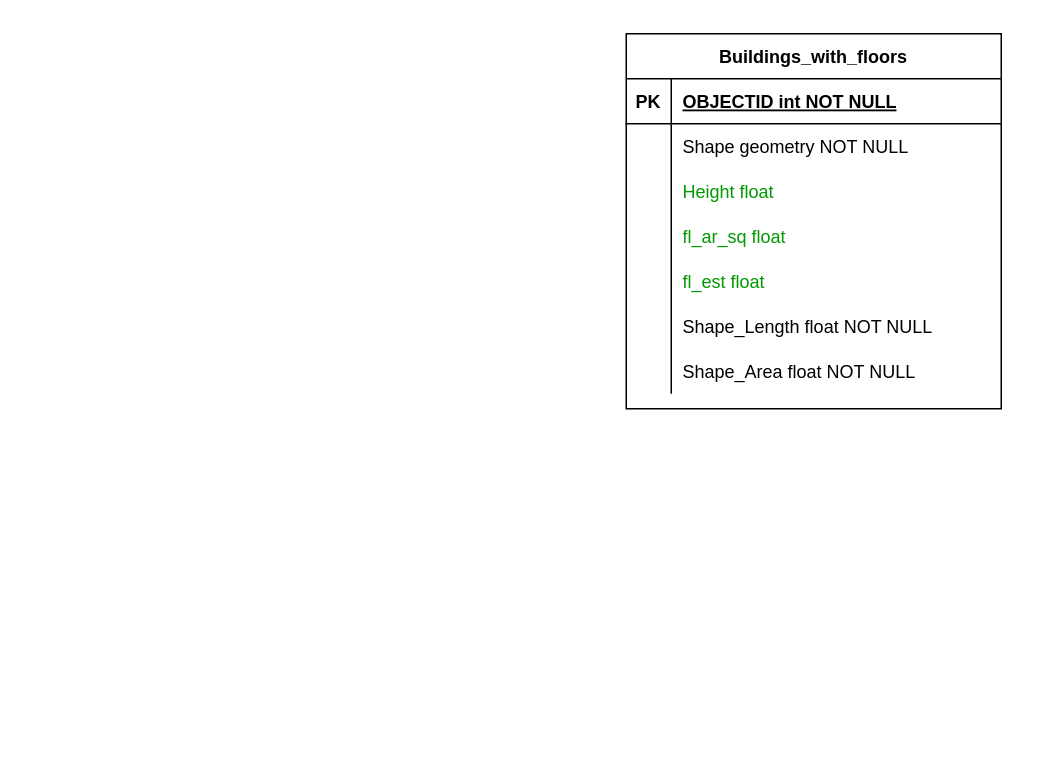
This is page "buildings_with_floors" (2 of 9) of Untitled Diagram.drawio from renaissanceplanning/LCBRT_TOD, a draw.io file, before an edit. Source tidied: cells renumbered, new cells numbered last; positions are measured from the earlier drawing's top-left corner, leaving out a move shared by most shapes. Both pictures are drawn from the tidied source at 150%, with x=0, y=0 at pixel (626, 33).
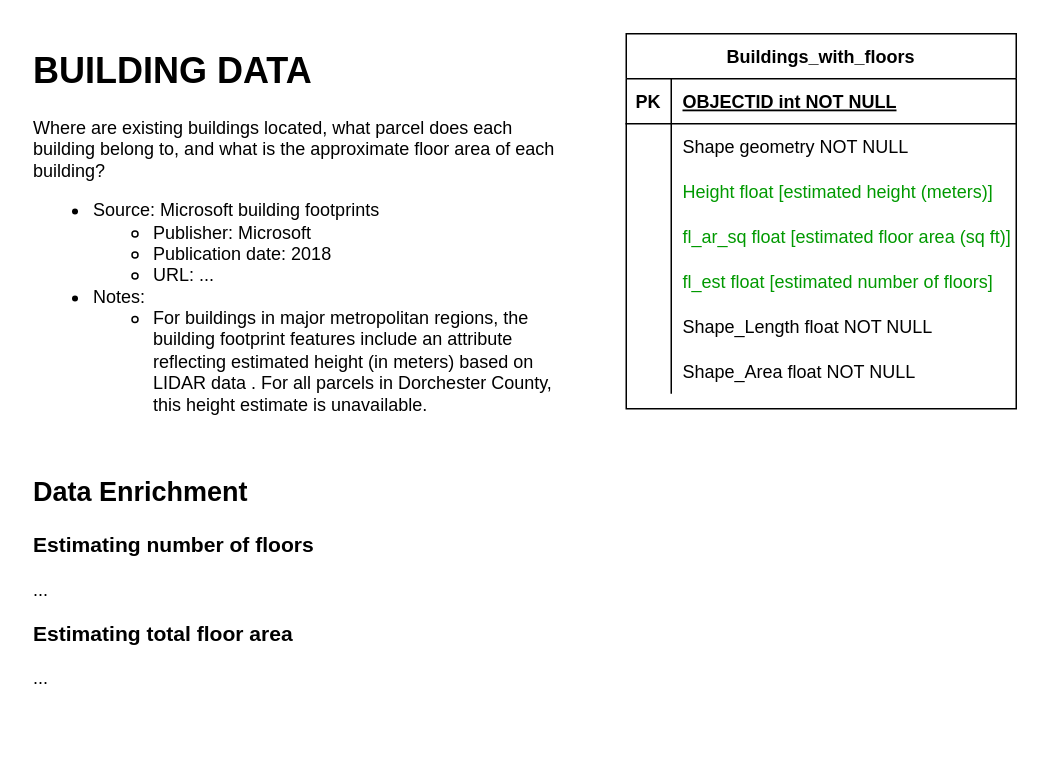
The same page after the edit.

Commit message:
Source and enrichment example

Change to the diagram source:
```diff
@@
     <mxCell id="2" value="Buildings_with_floors" style="shape=table;startSize=30;childLayout=tableLayout;rowLines=0;fontStyle=1;align=center;" parent="1" vertex="1">
-      <mxGeometry width="250" height="250" as="geometry" />
+      <mxGeometry width="260" height="250" as="geometry" />
     </mxCell>
     <mxCell id="3" style="shape=partialRectangle;fillColor=none;top=0;left=0;right=0;bottom=1;" parent="2" vertex="1">
-      <mxGeometry y="30" width="250" height="30" as="geometry" />
+      <mxGeometry y="30" width="260" height="30" as="geometry" />
     </mxCell>
@@
     <mxCell id="5" value="OBJECTID int NOT NULL " style="shape=partialRectangle;overflow=hidden;fillColor=none;top=0;left=0;bottom=0;right=0;align=left;spacingLeft=6;fontStyle=5;" parent="3" vertex="1">
-      <mxGeometry x="30" width="220" height="30" as="geometry" />
+      <mxGeometry x="30" width="230" height="30" as="geometry" />
     </mxCell>
     <mxCell id="6" style="shape=partialRectangle;fillColor=none;top=0;left=0;right=0;bottom=0;" parent="2" vertex="1">
-      <mxGeometry y="60" width="250" height="30" as="geometry" />
+      <mxGeometry y="60" width="260" height="30" as="geometry" />
     </mxCell>
@@
     <mxCell id="8" value="Shape geometry NOT NULL" style="shape=partialRectangle;overflow=hidden;fillColor=none;top=0;left=0;bottom=0;right=0;align=left;spacingLeft=6;" parent="6" vertex="1">
-      <mxGeometry x="30" width="220" height="30" as="geometry" />
+      <mxGeometry x="30" width="230" height="30" as="geometry" />
     </mxCell>
     <mxCell id="9" style="shape=partialRectangle;fillColor=none;top=0;left=0;right=0;bottom=0;" parent="2" vertex="1">
-      <mxGeometry y="90" width="250" height="30" as="geometry" />
+      <mxGeometry y="90" width="260" height="30" as="geometry" />
     </mxCell>
@@
-    <mxCell id="11" value="Height float" style="shape=partialRectangle;overflow=hidden;fillColor=none;top=0;left=0;bottom=0;right=0;align=left;spacingLeft=6;fontColor=#009900;" parent="9" vertex="1">
-      <mxGeometry x="30" width="220" height="30" as="geometry" />
+    <mxCell id="11" value="Height float [estimated height (meters)]" style="shape=partialRectangle;overflow=hidden;fillColor=none;top=0;left=0;bottom=0;right=0;align=left;spacingLeft=6;fontColor=#009900;" parent="9" vertex="1">
+      <mxGeometry x="30" width="230" height="30" as="geometry" />
     </mxCell>
     <mxCell id="12" style="shape=partialRectangle;fillColor=none;top=0;left=0;right=0;bottom=0;" parent="2" vertex="1">
-      <mxGeometry y="120" width="250" height="30" as="geometry" />
+      <mxGeometry y="120" width="260" height="30" as="geometry" />
     </mxCell>
@@
-    <mxCell id="14" value="fl_ar_sq float" style="shape=partialRectangle;overflow=hidden;fillColor=none;top=0;left=0;bottom=0;right=0;align=left;spacingLeft=6;fontColor=#009900;" parent="12" vertex="1">
-      <mxGeometry x="30" width="220" height="30" as="geometry" />
+    <mxCell id="14" value="fl_ar_sq float [estimated floor area (sq ft)]" style="shape=partialRectangle;overflow=hidden;fillColor=none;top=0;left=0;bottom=0;right=0;align=left;spacingLeft=6;fontColor=#009900;" parent="12" vertex="1">
+      <mxGeometry x="30" width="230" height="30" as="geometry" />
     </mxCell>
     <mxCell id="15" style="shape=partialRectangle;fillColor=none;top=0;left=0;right=0;bottom=0;" parent="2" vertex="1">
-      <mxGeometry y="150" width="250" height="30" as="geometry" />
+      <mxGeometry y="150" width="260" height="30" as="geometry" />
     </mxCell>
@@
-    <mxCell id="17" value="fl_est float" style="shape=partialRectangle;overflow=hidden;fillColor=none;top=0;left=0;bottom=0;right=0;align=left;spacingLeft=6;fontColor=#009900;" parent="15" vertex="1">
-      <mxGeometry x="30" width="220" height="30" as="geometry" />
+    <mxCell id="17" value="fl_est float [estimated number of floors]" style="shape=partialRectangle;overflow=hidden;fillColor=none;top=0;left=0;bottom=0;right=0;align=left;spacingLeft=6;fontColor=#009900;" parent="15" vertex="1">
+      <mxGeometry x="30" width="230" height="30" as="geometry" />
     </mxCell>
     <mxCell id="18" style="shape=partialRectangle;fillColor=none;top=0;left=0;right=0;bottom=0;" parent="2" vertex="1">
-      <mxGeometry y="180" width="250" height="30" as="geometry" />
+      <mxGeometry y="180" width="260" height="30" as="geometry" />
     </mxCell>
@@
     <mxCell id="20" value="Shape_Length float NOT NULL" style="shape=partialRectangle;overflow=hidden;fillColor=none;top=0;left=0;bottom=0;right=0;align=left;spacingLeft=6;" parent="18" vertex="1">
-      <mxGeometry x="30" width="220" height="30" as="geometry" />
+      <mxGeometry x="30" width="230" height="30" as="geometry" />
     </mxCell>
     <mxCell id="21" style="shape=partialRectangle;fillColor=none;top=0;left=0;right=0;bottom=0;" parent="2" vertex="1">
-      <mxGeometry y="210" width="250" height="30" as="geometry" />
+      <mxGeometry y="210" width="260" height="30" as="geometry" />
     </mxCell>
@@
     <mxCell id="23" value="Shape_Area float NOT NULL" style="shape=partialRectangle;overflow=hidden;fillColor=none;top=0;left=0;bottom=0;right=0;align=left;spacingLeft=6;" parent="21" vertex="1">
-      <mxGeometry x="30" width="220" height="30" as="geometry" />
+      <mxGeometry x="30" width="230" height="30" as="geometry" />
     </mxCell>
+    <mxCell id="24" value="&lt;h1&gt;BUILDING DATA&lt;br&gt;&lt;/h1&gt;&lt;p&gt;Where are existing buildings located, what parcel does each building belong to, and what is the approximate floor area of each building?&lt;/p&gt;&lt;ul&gt;&lt;li&gt;Source: Microsoft building footprints&lt;/li&gt;&lt;ul&gt;&lt;li&gt;Publisher: Microsoft&lt;/li&gt;&lt;li&gt;Publication date: 2018&lt;/li&gt;&lt;li&gt;URL: ...&lt;/li&gt;&lt;/ul&gt;&lt;li&gt;Notes:&lt;/li&gt;&lt;ul&gt;&lt;li&gt;For buildings in major metropolitan regions, the building footprint features include an attribute reflecting estimated height (in meters) based on LIDAR data . For all parcels in Dorchester County, this height estimate is unavailable.&lt;/li&gt;&lt;/ul&gt;&lt;/ul&gt;&lt;div&gt;&lt;br&gt;&lt;/div&gt;&lt;div&gt;&lt;h2&gt;Data Enrichment&lt;/h2&gt;&lt;h3&gt;Estimating number of floors&lt;/h3&gt;&lt;div&gt;...&lt;br&gt;&lt;/div&gt;&lt;div&gt;&lt;h3&gt;Estimating total floor area&lt;/h3&gt;&lt;div&gt;...&lt;br&gt;&lt;/div&gt;&lt;/div&gt;&lt;/div&gt;" style="text;html=1;strokeColor=none;fillColor=none;spacing=5;spacingTop=-20;whiteSpace=wrap;overflow=hidden;rounded=0;labelBackgroundColor=#ffffff;fontColor=#000000;" parent="1" vertex="1">
+      <mxGeometry x="-400" y="5" width="370" height="470" as="geometry" />
+    </mxCell>
```
